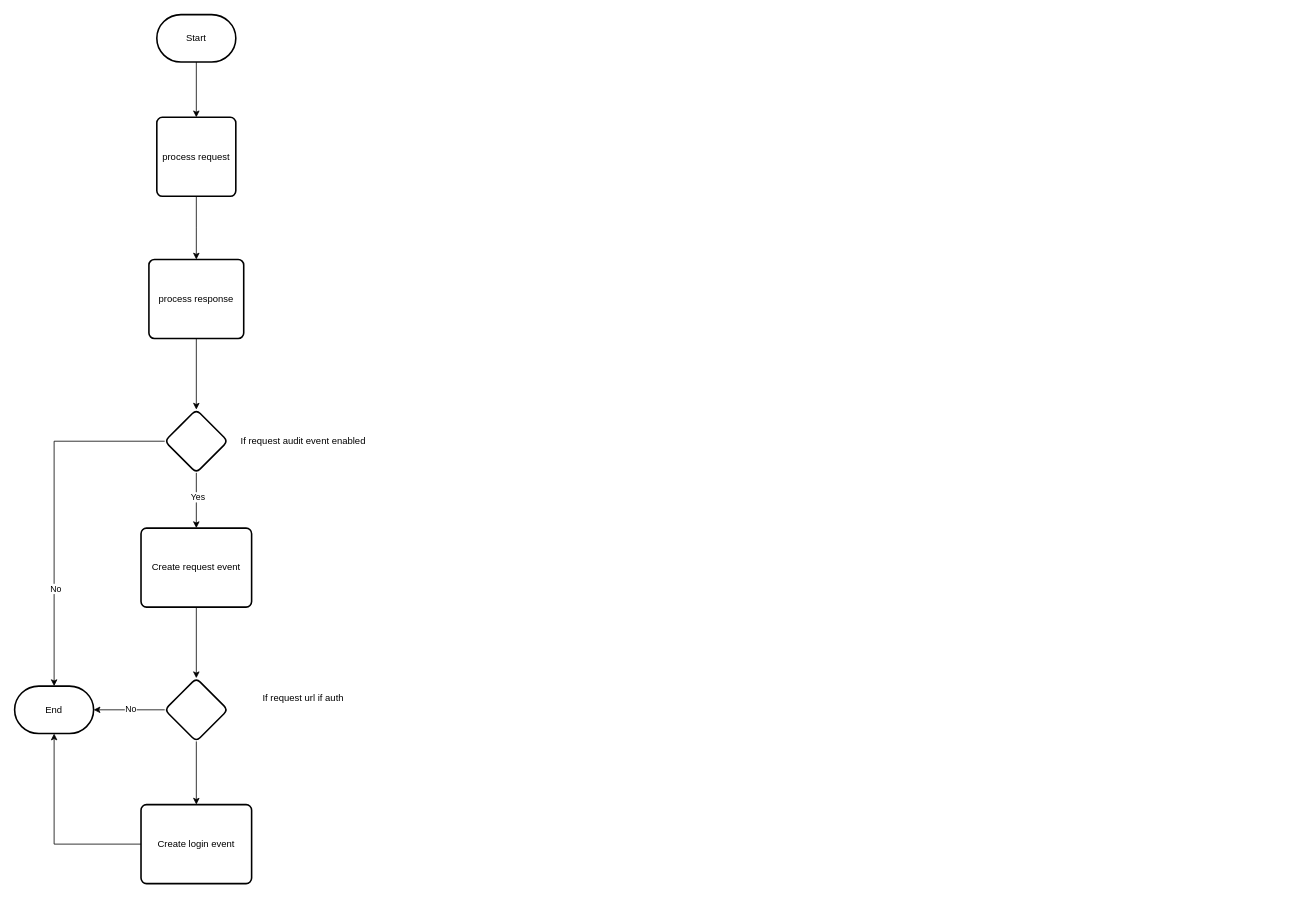
Above: page "Page-5" (5 of 5) of docs/diagrams.drawio in Talismar/drf-audit-trail (draw.io), before the change. Source tidied: cells renumbered, new cells numbered last; positions are measured from the earlier drawing's top-left corner, leaving out a move shared by most shapes. Both pictures are drawn from the tidied source at 79%, with x=0, y=0 at pixel (14, 14).
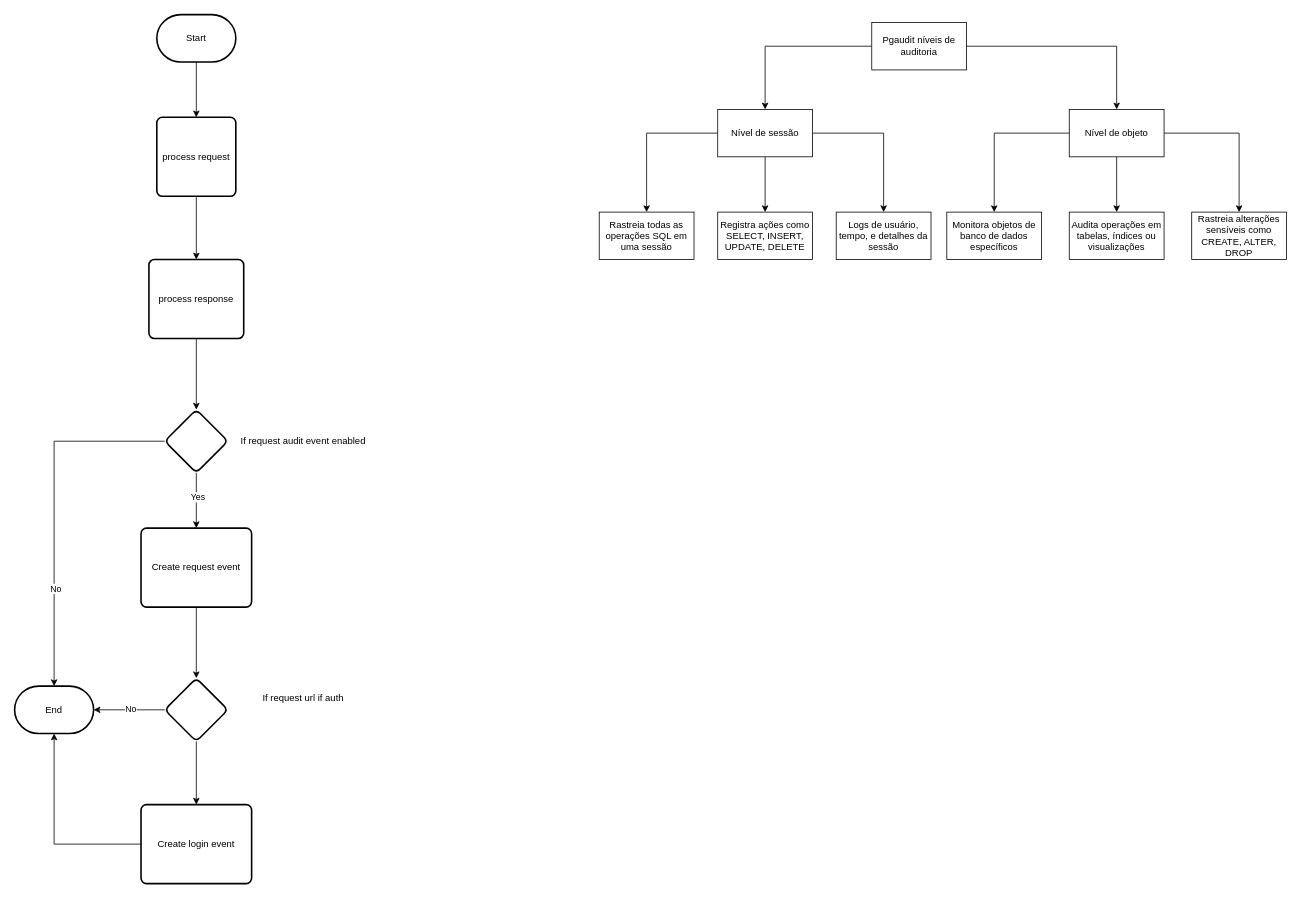
Above is the later version.

What changed in the source:
```diff
@@
+    <mxCell id="24" style="edgeStyle=orthogonalEdgeStyle;rounded=0;jettySize=auto;html=1;entryX=0.5;entryY=0;entryDx=0;entryDy=0;" parent="1" edge="1" source="26" target="30">
+      <mxGeometry relative="1" as="geometry" />
+    </mxCell>
+    <mxCell id="25" style="edgeStyle=orthogonalEdgeStyle;rounded=0;jettySize=auto;html=1;" parent="1" edge="1" source="26" target="34">
+      <mxGeometry relative="1" as="geometry" />
+    </mxCell>
+    <mxCell id="26" value="Pgaudit níveis de auditoria" style="rounded=0;whiteSpace=wrap;html=1;" parent="1" vertex="1">
+      <mxGeometry x="1085" y="10" width="120" height="60" as="geometry" />
+    </mxCell>
+    <mxCell id="27" style="edgeStyle=orthogonalEdgeStyle;rounded=0;jettySize=auto;html=1;" parent="1" edge="1" source="30" target="37">
+      <mxGeometry relative="1" as="geometry" />
+    </mxCell>
+    <mxCell id="28" style="edgeStyle=orthogonalEdgeStyle;rounded=0;jettySize=auto;html=1;" parent="1" edge="1" source="30" target="36">
+      <mxGeometry relative="1" as="geometry" />
+    </mxCell>
+    <mxCell id="29" style="edgeStyle=orthogonalEdgeStyle;rounded=0;jettySize=auto;html=1;" parent="1" edge="1" source="30" target="35">
+      <mxGeometry relative="1" as="geometry" />
+    </mxCell>
+    <mxCell id="30" value="Nível de sessão" style="rounded=0;whiteSpace=wrap;html=1;" parent="1" vertex="1">
+      <mxGeometry x="890" y="120" width="120" height="60" as="geometry" />
+    </mxCell>
+    <mxCell id="31" style="edgeStyle=orthogonalEdgeStyle;rounded=0;jettySize=auto;html=1;" parent="1" edge="1" source="34" target="39">
+      <mxGeometry relative="1" as="geometry" />
+    </mxCell>
+    <mxCell id="32" style="edgeStyle=orthogonalEdgeStyle;rounded=0;jettySize=auto;html=1;entryX=0.5;entryY=0;entryDx=0;entryDy=0;" parent="1" edge="1" source="34" target="38">
+      <mxGeometry relative="1" as="geometry" />
+    </mxCell>
+    <mxCell id="33" style="edgeStyle=orthogonalEdgeStyle;rounded=0;jettySize=auto;html=1;entryX=0.5;entryY=0;entryDx=0;entryDy=0;" parent="1" edge="1" source="34" target="40">
+      <mxGeometry relative="1" as="geometry" />
+    </mxCell>
+    <mxCell id="34" value="Nível de objeto" style="rounded=0;whiteSpace=wrap;html=1;" parent="1" vertex="1">
+      <mxGeometry x="1335" y="120" width="120" height="60" as="geometry" />
+    </mxCell>
+    <mxCell id="35" value="Rastreia todas as operações SQL em uma sessão" style="rounded=0;whiteSpace=wrap;html=1;" parent="1" vertex="1">
+      <mxGeometry x="740" y="250" width="120" height="60" as="geometry" />
+    </mxCell>
+    <mxCell id="36" value="Logs de usuário, tempo, e detalhes da sessão" style="rounded=0;whiteSpace=wrap;html=1;" parent="1" vertex="1">
+      <mxGeometry x="1040" y="250" width="120" height="60" as="geometry" />
+    </mxCell>
+    <mxCell id="37" value="Registra ações como SELECT, INSERT, UPDATE, DELETE" style="rounded=0;whiteSpace=wrap;html=1;" parent="1" vertex="1">
+      <mxGeometry x="890" y="250" width="120" height="60" as="geometry" />
+    </mxCell>
+    <mxCell id="38" value="Monitora objetos de banco de dados específicos" style="rounded=0;whiteSpace=wrap;html=1;" parent="1" vertex="1">
+      <mxGeometry x="1180" y="250" width="120" height="60" as="geometry" />
+    </mxCell>
+    <mxCell id="39" value="Audita operações em tabelas, índices ou visualizações" style="rounded=0;whiteSpace=wrap;html=1;" parent="1" vertex="1">
+      <mxGeometry x="1335" y="250" width="120" height="60" as="geometry" />
+    </mxCell>
+    <mxCell id="40" value="Rastreia alterações sensíveis como CREATE, ALTER, DROP" style="rounded=0;whiteSpace=wrap;html=1;" parent="1" vertex="1">
+      <mxGeometry x="1490" y="250" width="120" height="60" as="geometry" />
+    </mxCell>
```
